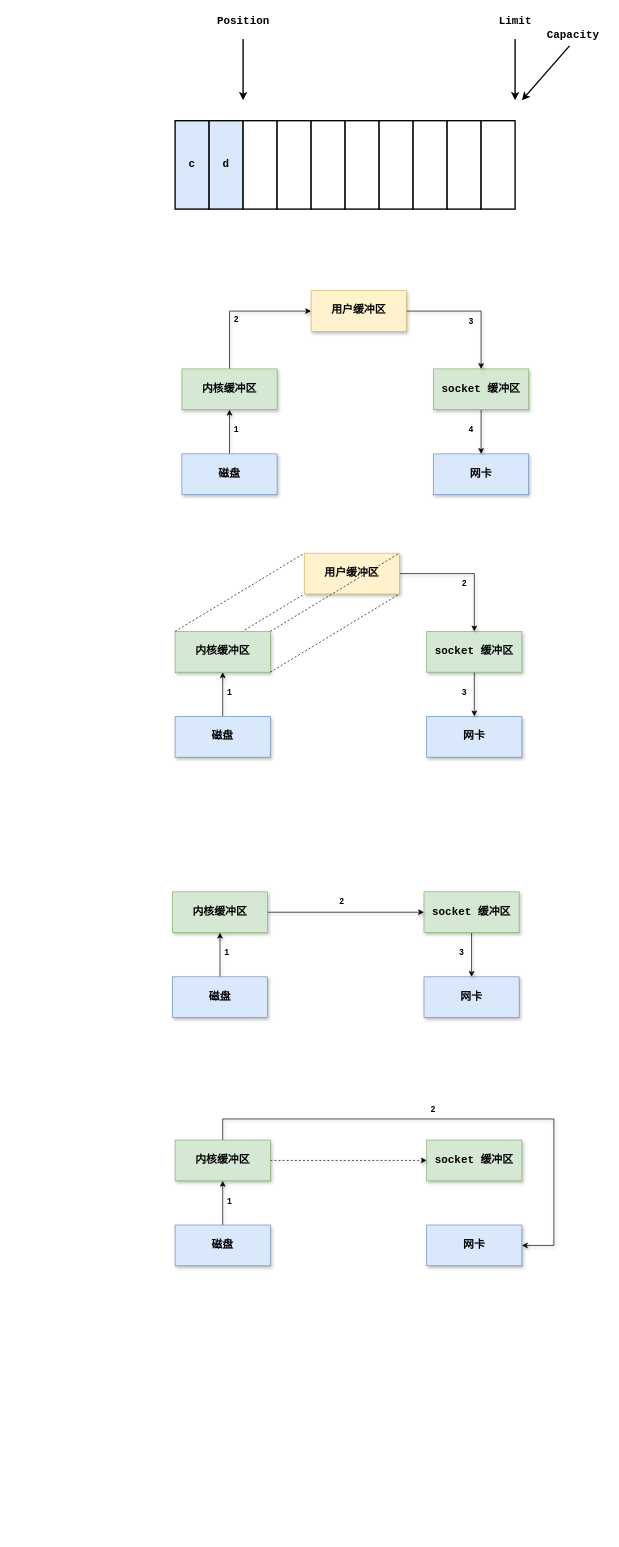
This is javase.drawio from Ocsio/draw-io, a draw.io file, before an edit. Source tidied: cells renumbered, new cells numbered last; positions are measured from the earlier drawing's top-left corner, leaving out a move shared by most shapes. Both pictures are drawn from the tidied source at 68%, with x=0, y=0 at pixel (172, 12).
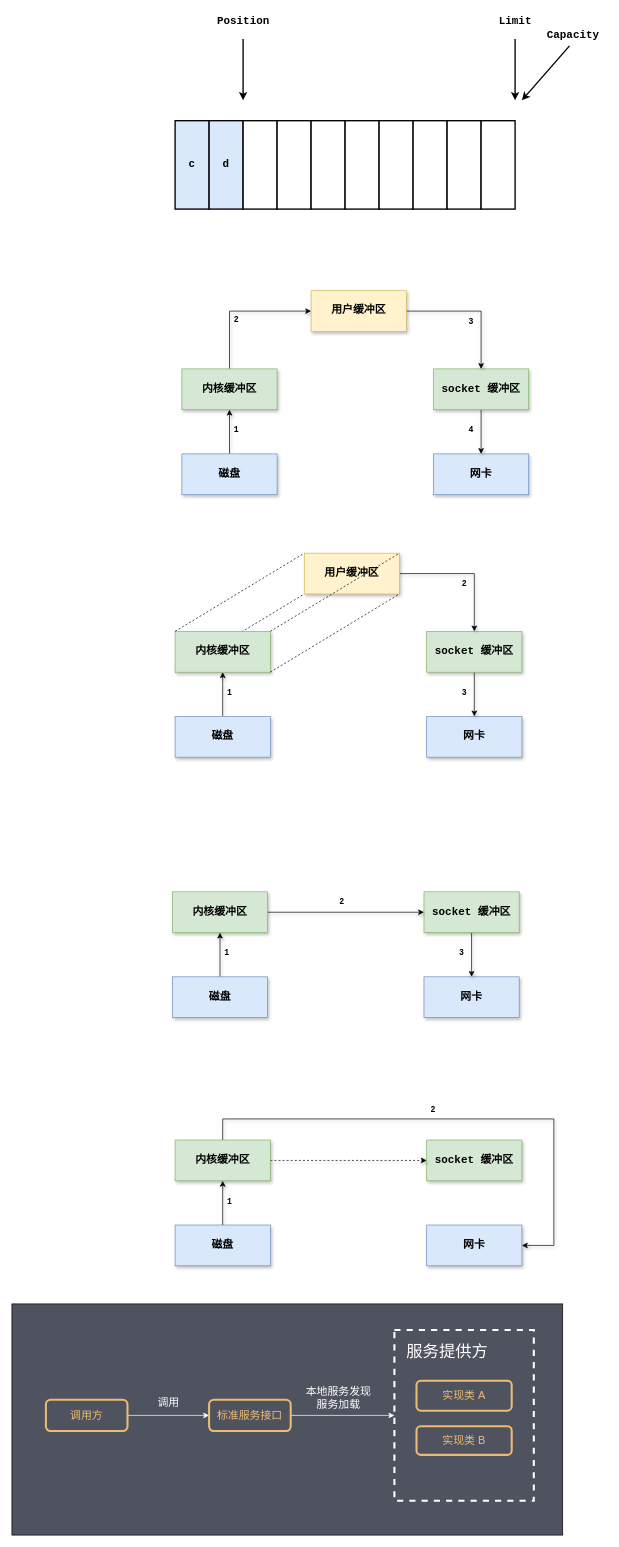
The same page after the edit.

What changed in the source:
```diff
@@
+    <mxCell id="65" style="rounded=0;whiteSpace=wrap;html=1;fillColor=#4f5360;" parent="1" vertex="1">
+      <mxGeometry x="-236" y="1900" width="810" height="340" as="geometry" />
+    </mxCell>
@@
+    <mxCell id="66" style="edgeStyle=orthogonalEdgeStyle;rounded=0;jettySize=auto;html=1;strokeColor=#FFFFFF;" parent="1" edge="1" source="67" target="69">
+      <mxGeometry relative="1" as="geometry" />
+    </mxCell>
+    <mxCell id="67" value="&lt;font style=&quot;font-size: 16px;&quot;&gt;调用方&lt;/font&gt;" style="rounded=1;whiteSpace=wrap;html=1;strokeColor=#edbc74;strokeWidth=3;fillColor=none;fontColor=#edbc74;" parent="1" vertex="1">
+      <mxGeometry x="-186" y="2041" width="120" height="46" as="geometry" />
+    </mxCell>
+    <mxCell id="68" style="edgeStyle=orthogonalEdgeStyle;rounded=0;jettySize=auto;html=1;entryX=0;entryY=0.5;entryDx=0;entryDy=0;strokeColor=#FFFFFF;" parent="1" edge="1" source="69" target="70">
+      <mxGeometry relative="1" as="geometry" />
+    </mxCell>
+    <mxCell id="69" value="&lt;font style=&quot;font-size: 16px;&quot;&gt;标准服务接口&lt;/font&gt;" style="rounded=1;whiteSpace=wrap;html=1;strokeColor=#edbc74;strokeWidth=3;fillColor=none;fontColor=#edbc74;" parent="1" vertex="1">
+      <mxGeometry x="54" y="2041" width="120" height="46" as="geometry" />
+    </mxCell>
+    <mxCell id="70" style="rounded=0;whiteSpace=wrap;html=1;dashed=1;fillColor=none;strokeWidth=3;strokeColor=#FFFFFF;" parent="1" vertex="1">
+      <mxGeometry x="326.5" y="1938.5" width="205" height="251" as="geometry" />
+    </mxCell>
+    <mxCell id="71" value="&lt;font style=&quot;font-size: 16px;&quot;&gt;实现类 A&lt;/font&gt;" style="rounded=1;whiteSpace=wrap;html=1;strokeColor=#edbc74;strokeWidth=3;fillColor=none;fontColor=#edbc74;" parent="1" vertex="1">
+      <mxGeometry x="359" y="2013" width="140" height="44" as="geometry" />
+    </mxCell>
+    <mxCell id="72" value="&lt;font style=&quot;font-size: 16px;&quot;&gt;实现类 B&lt;/font&gt;" style="rounded=1;whiteSpace=wrap;html=1;strokeColor=#edbc74;strokeWidth=3;fillColor=none;fontColor=#edbc74;" parent="1" vertex="1">
+      <mxGeometry x="359" y="2080" width="140" height="42" as="geometry" />
+    </mxCell>
+    <mxCell id="73" value="&lt;font style=&quot;font-size: 24px;&quot;&gt;服务提供方&lt;/font&gt;" style="text;html=1;align=center;verticalAlign=middle;strokeColor=none;fillColor=none;fontColor=#FFFFFF;" parent="1" vertex="1">
+      <mxGeometry x="334" y="1950" width="140" height="40" as="geometry" />
+    </mxCell>
+    <mxCell id="74" value="&lt;font style=&quot;font-size: 16px;&quot;&gt;调用&lt;/font&gt;" style="text;html=1;align=center;verticalAlign=middle;strokeColor=none;fillColor=none;fontColor=#FFFFFF;" parent="1" vertex="1">
+      <mxGeometry x="-36" y="2030" width="60" height="30" as="geometry" />
+    </mxCell>
+    <mxCell id="75" value="&lt;font style=&quot;font-size: 16px;&quot;&gt;本地服务发现&lt;/font&gt;&lt;div&gt;&lt;font style=&quot;font-size: 16px;&quot;&gt;服务加载&lt;/font&gt;&lt;/div&gt;" style="text;html=1;align=center;verticalAlign=middle;strokeColor=none;fillColor=none;fontColor=#FFFFFF;" parent="1" vertex="1">
+      <mxGeometry x="184" y="2013" width="120" height="50" as="geometry" />
+    </mxCell>
```
